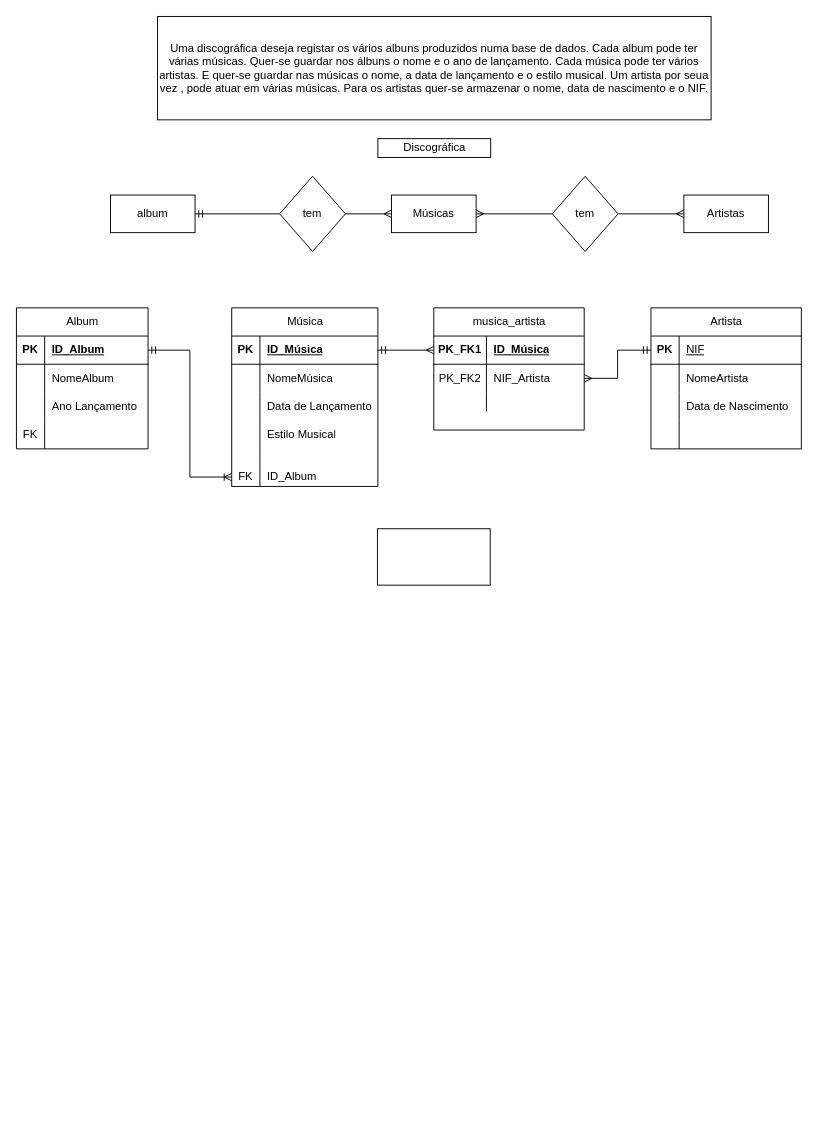
Above: Diagrama sem nome.drawio in joaopakina14/baseDeDados (draw.io), before the change. Source tidied: cells renumbered, new cells numbered last; positions are measured from the earlier drawing's top-left corner, leaving out a move shared by most shapes. Both pictures are drawn from the tidied source at 94%, with x=0, y=0 at pixel (16, 16).
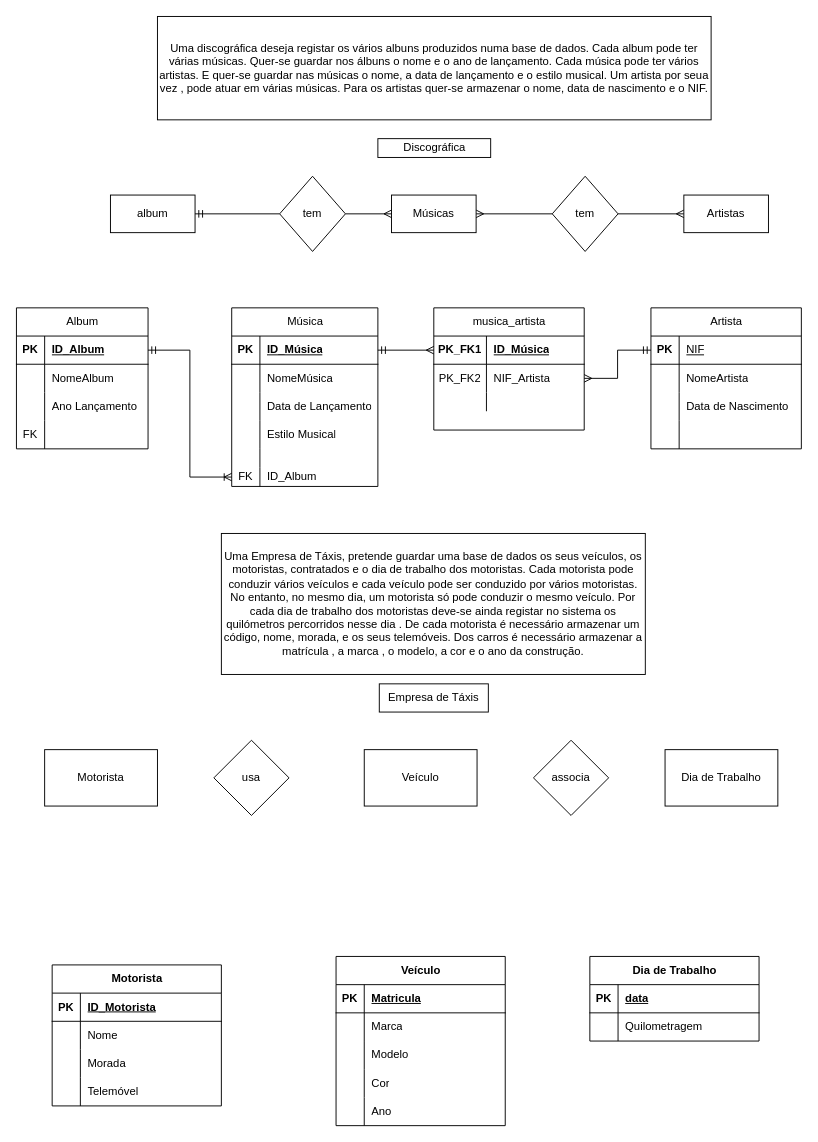
Above is the later version.

The edit, as a diff of the source:
```diff
@@
-    <mxCell id="71" style="rounded=0;whiteSpace=wrap;html=1;" parent="1" vertex="1">
-      <mxGeometry x="384" y="545" width="120" height="60" as="geometry" />
+    <mxCell id="71" value="Uma Empresa de Táxis, pretende guardar uma base de dados os seus veículos, os motoristas, contratados e o dia de trabalho dos motoristas. Cada motorista pode conduzir vários veículos e cada veículo pode ser conduzido por vários motoristas. No entanto, no mesmo dia, um motorista só pode conduzir o mesmo veículo. Por cada dia de trabalho dos motoristas deve-se ainda registar no sistema os quilómetros percorridos nesse dia . De cada motorista é necessário armazenar um código, nome, morada, e os seus telemóveis. Dos carros é necessário armazenar a matrícula , a marca , o modelo, a cor e o ano da construção." style="rounded=0;whiteSpace=wrap;html=1;" parent="1" vertex="1">
+      <mxGeometry x="218" y="550" width="451" height="150" as="geometry" />
     </mxCell>
+    <mxCell id="72" value="Empresa de Táxis" style="rounded=0;whiteSpace=wrap;html=1;" parent="1" vertex="1">
+      <mxGeometry x="386" y="710" width="116" height="30" as="geometry" />
+    </mxCell>
+    <mxCell id="73" value="Motorista" style="shape=table;startSize=30;childLayout=tableLayout;rowLines=0;fontStyle=1;align=center;html=1;" parent="1" vertex="1">
+      <mxGeometry x="38" y="1009" width="180" height="150" as="geometry" />
+    </mxCell>
+    <mxCell id="74" style="shape=tableRow;horizontal=0;startSize=0;swimlaneHead=0;swimlaneBody=0;fillColor=none;top=0;left=0;right=0;bottom=1;" parent="73" vertex="1">
+      <mxGeometry y="30" width="180" height="30" as="geometry" />
+    </mxCell>
+    <mxCell id="75" value="PK" style="shape=partialRectangle;fillColor=none;top=0;left=0;bottom=0;right=0;fontStyle=1;overflow=hidden;whiteSpace=wrap;html=1;" parent="74" vertex="1">
+      <mxGeometry width="30" height="30" as="geometry" />
+    </mxCell>
+    <mxCell id="76" value="ID_Motorista" style="shape=partialRectangle;fillColor=none;top=0;left=0;bottom=0;right=0;align=left;spacingLeft=6;fontStyle=5;overflow=hidden;whiteSpace=wrap;html=1;" parent="74" vertex="1">
+      <mxGeometry x="30" width="150" height="30" as="geometry" />
+    </mxCell>
+    <mxCell id="77" style="shape=tableRow;horizontal=0;startSize=0;swimlaneHead=0;swimlaneBody=0;fillColor=none;top=0;left=0;right=0;bottom=0;" parent="73" vertex="1">
+      <mxGeometry y="60" width="180" height="30" as="geometry" />
+    </mxCell>
+    <mxCell id="78" style="shape=partialRectangle;fillColor=none;top=0;left=0;bottom=0;right=0;overflow=hidden;whiteSpace=wrap;html=1;" parent="77" vertex="1">
+      <mxGeometry width="30" height="30" as="geometry" />
+    </mxCell>
+    <mxCell id="79" value="Nome&lt;span style=&quot;white-space: pre;&quot;&gt;&#9;&lt;/span&gt;" style="shape=partialRectangle;fillColor=none;top=0;left=0;bottom=0;right=0;align=left;spacingLeft=6;overflow=hidden;whiteSpace=wrap;html=1;" parent="77" vertex="1">
+      <mxGeometry x="30" width="150" height="30" as="geometry" />
+    </mxCell>
+    <mxCell id="80" style="shape=tableRow;horizontal=0;startSize=0;swimlaneHead=0;swimlaneBody=0;fillColor=none;top=0;left=0;right=0;bottom=0;" parent="73" vertex="1">
+      <mxGeometry y="90" width="180" height="30" as="geometry" />
+    </mxCell>
+    <mxCell id="81" style="shape=partialRectangle;fillColor=none;top=0;left=0;bottom=0;right=0;overflow=hidden;whiteSpace=wrap;html=1;" parent="80" vertex="1">
+      <mxGeometry width="30" height="30" as="geometry" />
+    </mxCell>
+    <mxCell id="82" value="Morada" style="shape=partialRectangle;fillColor=none;top=0;left=0;bottom=0;right=0;align=left;spacingLeft=6;overflow=hidden;whiteSpace=wrap;html=1;" parent="80" vertex="1">
+      <mxGeometry x="30" width="150" height="30" as="geometry" />
+    </mxCell>
+    <mxCell id="83" style="shape=tableRow;horizontal=0;startSize=0;swimlaneHead=0;swimlaneBody=0;fillColor=none;top=0;left=0;right=0;bottom=0;" parent="73" vertex="1">
+      <mxGeometry y="120" width="180" height="30" as="geometry" />
+    </mxCell>
+    <mxCell id="84" style="shape=partialRectangle;fillColor=none;top=0;left=0;bottom=0;right=0;overflow=hidden;whiteSpace=wrap;html=1;" parent="83" vertex="1">
+      <mxGeometry width="30" height="30" as="geometry" />
+    </mxCell>
+    <mxCell id="85" value="Telemóvel" style="shape=partialRectangle;fillColor=none;top=0;left=0;bottom=0;right=0;align=left;spacingLeft=6;overflow=hidden;whiteSpace=wrap;html=1;" parent="83" vertex="1">
+      <mxGeometry x="30" width="150" height="30" as="geometry" />
+    </mxCell>
+    <mxCell id="86" value="Veículo" style="shape=table;startSize=30;childLayout=tableLayout;rowLines=0;fontStyle=1;align=center;html=1;" parent="1" vertex="1">
+      <mxGeometry x="340" y="1000" width="180" height="180" as="geometry" />
+    </mxCell>
+    <mxCell id="87" style="shape=tableRow;horizontal=0;startSize=0;swimlaneHead=0;swimlaneBody=0;fillColor=none;top=0;left=0;right=0;bottom=1;" parent="86" vertex="1">
+      <mxGeometry y="30" width="180" height="30" as="geometry" />
+    </mxCell>
+    <mxCell id="88" value="PK" style="shape=partialRectangle;fillColor=none;top=0;left=0;bottom=0;right=0;fontStyle=1;overflow=hidden;whiteSpace=wrap;html=1;" parent="87" vertex="1">
+      <mxGeometry width="30" height="30" as="geometry" />
+    </mxCell>
+    <mxCell id="89" value="Matricula" style="shape=partialRectangle;fillColor=none;top=0;left=0;bottom=0;right=0;align=left;spacingLeft=6;fontStyle=5;overflow=hidden;whiteSpace=wrap;html=1;" parent="87" vertex="1">
+      <mxGeometry x="30" width="150" height="30" as="geometry" />
+    </mxCell>
+    <mxCell id="90" style="shape=tableRow;horizontal=0;startSize=0;swimlaneHead=0;swimlaneBody=0;fillColor=none;top=0;left=0;right=0;bottom=0;" parent="86" vertex="1">
+      <mxGeometry y="60" width="180" height="30" as="geometry" />
+    </mxCell>
+    <mxCell id="91" style="shape=partialRectangle;fillColor=none;top=0;left=0;bottom=0;right=0;overflow=hidden;whiteSpace=wrap;html=1;" parent="90" vertex="1">
+      <mxGeometry width="30" height="30" as="geometry" />
+    </mxCell>
+    <mxCell id="92" value="Marca" style="shape=partialRectangle;fillColor=none;top=0;left=0;bottom=0;right=0;align=left;spacingLeft=6;overflow=hidden;whiteSpace=wrap;html=1;" parent="90" vertex="1">
+      <mxGeometry x="30" width="150" height="30" as="geometry" />
+    </mxCell>
+    <mxCell id="93" style="shape=tableRow;horizontal=0;startSize=0;swimlaneHead=0;swimlaneBody=0;fillColor=none;top=0;left=0;right=0;bottom=0;" parent="86" vertex="1">
+      <mxGeometry y="90" width="180" height="30" as="geometry" />
+    </mxCell>
+    <mxCell id="94" style="shape=partialRectangle;fillColor=none;top=0;left=0;bottom=0;right=0;overflow=hidden;whiteSpace=wrap;html=1;" parent="93" vertex="1">
+      <mxGeometry width="30" height="30" as="geometry" />
+    </mxCell>
+    <mxCell id="95" value="Modelo" style="shape=partialRectangle;fillColor=none;top=0;left=0;bottom=0;right=0;align=left;spacingLeft=6;overflow=hidden;whiteSpace=wrap;html=1;" parent="93" vertex="1">
+      <mxGeometry x="30" width="150" height="30" as="geometry" />
+    </mxCell>
+    <mxCell id="96" style="shape=tableRow;horizontal=0;startSize=0;swimlaneHead=0;swimlaneBody=0;fillColor=none;top=0;left=0;right=0;bottom=0;" parent="86" vertex="1">
+      <mxGeometry y="120" width="180" height="30" as="geometry" />
+    </mxCell>
+    <mxCell id="97" style="shape=partialRectangle;fillColor=none;top=0;left=0;bottom=0;right=0;overflow=hidden;whiteSpace=wrap;html=1;" parent="96" vertex="1">
+      <mxGeometry width="30" height="30" as="geometry" />
+    </mxCell>
+    <mxCell id="98" value="Cor" style="shape=partialRectangle;fillColor=none;top=0;left=0;bottom=0;right=0;align=left;spacingLeft=6;overflow=hidden;whiteSpace=wrap;html=1;" parent="96" vertex="1">
+      <mxGeometry x="30" width="150" height="30" as="geometry" />
+    </mxCell>
+    <mxCell id="99" style="shape=tableRow;horizontal=0;startSize=0;swimlaneHead=0;swimlaneBody=0;fillColor=none;top=0;left=0;right=0;bottom=0;" parent="86" vertex="1">
+      <mxGeometry y="150" width="180" height="30" as="geometry" />
+    </mxCell>
+    <mxCell id="100" style="shape=partialRectangle;fillColor=none;top=0;left=0;bottom=0;right=0;overflow=hidden;whiteSpace=wrap;html=1;" parent="99" vertex="1">
+      <mxGeometry width="30" height="30" as="geometry" />
+    </mxCell>
+    <mxCell id="101" value="Ano" style="shape=partialRectangle;fillColor=none;top=0;left=0;bottom=0;right=0;align=left;spacingLeft=6;overflow=hidden;whiteSpace=wrap;html=1;" parent="99" vertex="1">
+      <mxGeometry x="30" width="150" height="30" as="geometry" />
+    </mxCell>
+    <mxCell id="102" value="Dia de Trabalho" style="shape=table;startSize=30;childLayout=tableLayout;rowLines=0;fontStyle=1;align=center;html=1;" parent="1" vertex="1">
+      <mxGeometry x="610" y="1000" width="180" height="90" as="geometry" />
+    </mxCell>
+    <mxCell id="103" style="shape=tableRow;horizontal=0;startSize=0;swimlaneHead=0;swimlaneBody=0;fillColor=none;top=0;left=0;right=0;bottom=1;" parent="102" vertex="1">
+      <mxGeometry y="30" width="180" height="30" as="geometry" />
+    </mxCell>
+    <mxCell id="104" value="PK" style="shape=partialRectangle;fillColor=none;top=0;left=0;bottom=0;right=0;fontStyle=1;overflow=hidden;whiteSpace=wrap;html=1;" parent="103" vertex="1">
+      <mxGeometry width="30" height="30" as="geometry" />
+    </mxCell>
+    <mxCell id="105" value="data" style="shape=partialRectangle;fillColor=none;top=0;left=0;bottom=0;right=0;align=left;spacingLeft=6;fontStyle=5;overflow=hidden;whiteSpace=wrap;html=1;" parent="103" vertex="1">
+      <mxGeometry x="30" width="150" height="30" as="geometry" />
+    </mxCell>
+    <mxCell id="106" style="shape=tableRow;horizontal=0;startSize=0;swimlaneHead=0;swimlaneBody=0;fillColor=none;top=0;left=0;right=0;bottom=0;" parent="102" vertex="1">
+      <mxGeometry y="60" width="180" height="30" as="geometry" />
+    </mxCell>
+    <mxCell id="107" style="shape=partialRectangle;fillColor=none;top=0;left=0;bottom=0;right=0;overflow=hidden;whiteSpace=wrap;html=1;" parent="106" vertex="1">
+      <mxGeometry width="30" height="30" as="geometry" />
+    </mxCell>
+    <mxCell id="108" value="Quilometragem" style="shape=partialRectangle;fillColor=none;top=0;left=0;bottom=0;right=0;align=left;spacingLeft=6;overflow=hidden;whiteSpace=wrap;html=1;" parent="106" vertex="1">
+      <mxGeometry x="30" width="150" height="30" as="geometry" />
+    </mxCell>
+    <mxCell id="109" value="Motorista" style="rounded=0;whiteSpace=wrap;html=1;" parent="1" vertex="1">
+      <mxGeometry x="30" y="780" width="120" height="60" as="geometry" />
+    </mxCell>
+    <mxCell id="110" value="Veículo" style="rounded=0;whiteSpace=wrap;html=1;" parent="1" vertex="1">
+      <mxGeometry x="370" y="780" width="120" height="60" as="geometry" />
+    </mxCell>
+    <mxCell id="111" value="Dia de Trabalho" style="rounded=0;whiteSpace=wrap;html=1;" parent="1" vertex="1">
+      <mxGeometry x="690" y="780" width="120" height="60" as="geometry" />
+    </mxCell>
+    <mxCell id="112" value="usa" style="rhombus;whiteSpace=wrap;html=1;" parent="1" vertex="1">
+      <mxGeometry x="210" y="770" width="80" height="80" as="geometry" />
+    </mxCell>
+    <mxCell id="113" value="associa" style="rhombus;whiteSpace=wrap;html=1;" parent="1" vertex="1">
+      <mxGeometry x="550" y="770" width="80" height="80" as="geometry" />
+    </mxCell>
```
